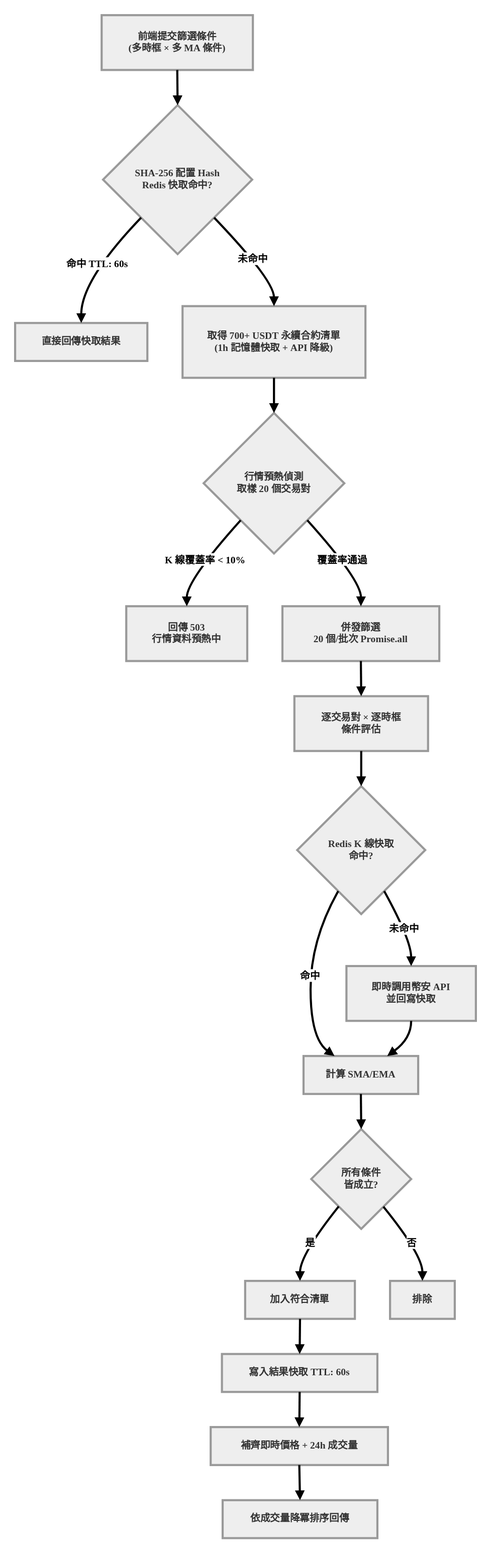
This is docs/assets/screener-strategy-engine.svg from MingLin1995/crypto-sniper-v2, a draw.io export, as it was before one commit. Source tidied: cells renumbered, new cells last; positions are measured from the earlier drawing's top-left corner, leaving out a move shared by most shapes. The source it was exported from:
```xml
<mxGraphModel>
  <root>
    <mxCell id="0" />
    <mxCell id="1" parent="0" />
    <mxCell id="2" value="前端提交篩選條件&#10;(多時框 × 多 MA 條件)" style="whiteSpace=wrap;strokeWidth=3;fillColor=light-dark(#eeeeee,#1f2020);strokeColor=light-dark(#999999,#cccccc);fontColor=light-dark(#333333,#cccccc);fontFamily=Comic Sans MS;fontSize=14;fontStyle=1;" parent="1" vertex="1">
      <mxGeometry x="123" width="215" height="78" as="geometry" />
    </mxCell>
    <mxCell id="3" value="SHA-256 配置 Hash&#10;Redis 快取命中?" style="rhombus;strokeWidth=3;whiteSpace=wrap;fillColor=light-dark(#eeeeee,#1f2020);strokeColor=light-dark(#999999,#cccccc);fontColor=light-dark(#333333,#cccccc);fontFamily=Comic Sans MS;fontSize=14;fontStyle=1;" parent="1" vertex="1">
      <mxGeometry x="125" y="128" width="212" height="212" as="geometry" />
    </mxCell>
    <mxCell id="4" value="直接回傳快取結果" style="whiteSpace=wrap;strokeWidth=3;fillColor=light-dark(#eeeeee,#1f2020);strokeColor=light-dark(#999999,#cccccc);fontColor=light-dark(#333333,#cccccc);fontFamily=Comic Sans MS;fontSize=14;fontStyle=1;" parent="1" vertex="1">
      <mxGeometry y="438" width="188" height="54" as="geometry" />
    </mxCell>
    <mxCell id="5" value="取得 700+ USDT 永續合約清單&#10;(1h 記憶體快取 + API 降級)" style="whiteSpace=wrap;strokeWidth=3;fillColor=light-dark(#eeeeee,#1f2020);strokeColor=light-dark(#999999,#cccccc);fontColor=light-dark(#333333,#cccccc);fontFamily=Comic Sans MS;fontSize=14;fontStyle=1;" parent="1" vertex="1">
      <mxGeometry x="238" y="414" width="260" height="102" as="geometry" />
    </mxCell>
    <mxCell id="6" value="行情預熱偵測&#10;取樣 20 個交易對" style="rhombus;strokeWidth=3;whiteSpace=wrap;fillColor=light-dark(#eeeeee,#1f2020);strokeColor=light-dark(#999999,#cccccc);fontColor=light-dark(#333333,#cccccc);fontFamily=Comic Sans MS;fontSize=14;fontStyle=1;" parent="1" vertex="1">
      <mxGeometry x="268" y="566" width="200" height="200" as="geometry" />
    </mxCell>
    <mxCell id="7" value="回傳 503&#10;行情資料預熱中" style="whiteSpace=wrap;strokeWidth=3;fillColor=light-dark(#eeeeee,#1f2020);strokeColor=light-dark(#999999,#cccccc);fontColor=light-dark(#333333,#cccccc);fontFamily=Comic Sans MS;fontSize=14;fontStyle=1;" parent="1" vertex="1">
      <mxGeometry x="158" y="841" width="172" height="78" as="geometry" />
    </mxCell>
    <mxCell id="8" value="併發篩選&#10;20 個/批次 Promise.all" style="whiteSpace=wrap;strokeWidth=3;fillColor=light-dark(#eeeeee,#1f2020);strokeColor=light-dark(#999999,#cccccc);fontColor=light-dark(#333333,#cccccc);fontFamily=Comic Sans MS;fontSize=14;fontStyle=1;" parent="1" vertex="1">
      <mxGeometry x="380" y="841" width="223" height="78" as="geometry" />
    </mxCell>
    <mxCell id="9" value="逐交易對 × 逐時框&#10;條件評估" style="whiteSpace=wrap;strokeWidth=3;fillColor=light-dark(#eeeeee,#1f2020);strokeColor=light-dark(#999999,#cccccc);fontColor=light-dark(#333333,#cccccc);fontFamily=Comic Sans MS;fontSize=14;fontStyle=1;" parent="1" vertex="1">
      <mxGeometry x="397" y="969" width="190" height="78" as="geometry" />
    </mxCell>
    <mxCell id="10" value="Redis K 線快取&#10;命中?" style="rhombus;strokeWidth=3;whiteSpace=wrap;fillColor=light-dark(#eeeeee,#1f2020);strokeColor=light-dark(#999999,#cccccc);fontColor=light-dark(#333333,#cccccc);fontFamily=Comic Sans MS;fontSize=14;fontStyle=1;" parent="1" vertex="1">
      <mxGeometry x="401" y="1097" width="182" height="182" as="geometry" />
    </mxCell>
    <mxCell id="11" value="計算 SMA/EMA" style="whiteSpace=wrap;strokeWidth=3;fillColor=light-dark(#eeeeee,#1f2020);strokeColor=light-dark(#999999,#cccccc);fontColor=light-dark(#333333,#cccccc);fontFamily=Comic Sans MS;fontSize=14;fontStyle=1;" parent="1" vertex="1">
      <mxGeometry x="410" y="1481" width="163" height="54" as="geometry" />
    </mxCell>
    <mxCell id="12" value="即時調用幣安 API&#10;並回寫快取" style="whiteSpace=wrap;strokeWidth=3;fillColor=light-dark(#eeeeee,#1f2020);strokeColor=light-dark(#999999,#cccccc);fontColor=light-dark(#333333,#cccccc);fontFamily=Comic Sans MS;fontSize=14;fontStyle=1;" parent="1" vertex="1">
      <mxGeometry x="471" y="1353" width="184" height="78" as="geometry" />
    </mxCell>
    <mxCell id="13" value="所有條件&#10;皆成立?" style="rhombus;strokeWidth=3;whiteSpace=wrap;fillColor=light-dark(#eeeeee,#1f2020);strokeColor=light-dark(#999999,#cccccc);fontColor=light-dark(#333333,#cccccc);fontFamily=Comic Sans MS;fontSize=14;fontStyle=1;" parent="1" vertex="1">
      <mxGeometry x="421" y="1585" width="142" height="142" as="geometry" />
    </mxCell>
    <mxCell id="14" value="加入符合清單" style="whiteSpace=wrap;strokeWidth=3;fillColor=light-dark(#eeeeee,#1f2020);strokeColor=light-dark(#999999,#cccccc);fontColor=light-dark(#333333,#cccccc);fontFamily=Comic Sans MS;fontSize=14;fontStyle=1;" parent="1" vertex="1">
      <mxGeometry x="327" y="1801" width="156" height="54" as="geometry" />
    </mxCell>
    <mxCell id="15" value="排除" style="whiteSpace=wrap;strokeWidth=3;fillColor=light-dark(#eeeeee,#1f2020);strokeColor=light-dark(#999999,#cccccc);fontColor=light-dark(#333333,#cccccc);fontFamily=Comic Sans MS;fontSize=14;fontStyle=1;" parent="1" vertex="1">
      <mxGeometry x="533" y="1801" width="92" height="54" as="geometry" />
    </mxCell>
    <mxCell id="16" value="寫入結果快取 TTL: 60s" style="whiteSpace=wrap;strokeWidth=3;fillColor=light-dark(#eeeeee,#1f2020);strokeColor=light-dark(#999999,#cccccc);fontColor=light-dark(#333333,#cccccc);fontFamily=Comic Sans MS;fontSize=14;fontStyle=1;" parent="1" vertex="1">
      <mxGeometry x="294" y="1905" width="221" height="54" as="geometry" />
    </mxCell>
    <mxCell id="17" value="補齊即時價格 + 24h 成交量" style="whiteSpace=wrap;strokeWidth=3;fillColor=light-dark(#eeeeee,#1f2020);strokeColor=light-dark(#999999,#cccccc);fontColor=light-dark(#333333,#cccccc);fontFamily=Comic Sans MS;fontSize=14;fontStyle=1;" parent="1" vertex="1">
      <mxGeometry x="278" y="2009" width="252" height="54" as="geometry" />
    </mxCell>
    <mxCell id="18" value="依成交量降冪排序回傳" style="whiteSpace=wrap;strokeWidth=3;fillColor=light-dark(#eeeeee,#1f2020);strokeColor=light-dark(#999999,#cccccc);fontColor=light-dark(#333333,#cccccc);fontFamily=Comic Sans MS;fontSize=14;fontStyle=1;" parent="1" vertex="1">
      <mxGeometry x="295" y="2113" width="220" height="54" as="geometry" />
    </mxCell>
    <mxCell id="19" style="curved=1;startArrow=none;endArrow=block;exitX=0.5;exitY=1;entryX=0.5;entryY=0;rounded=0;fontFamily=Comic Sans MS;fontSize=14;fontStyle=1;strokeWidth=3;" parent="1" edge="1" source="2" target="3">
      <mxGeometry relative="1" as="geometry" />
    </mxCell>
    <mxCell id="20" value="命中 TTL: 60s" style="curved=1;startArrow=none;endArrow=block;exitX=0.02;exitY=1;entryX=0.5;entryY=0.01;rounded=0;fontFamily=Comic Sans MS;fontSize=14;fontStyle=1;strokeWidth=3;" parent="1" edge="1" source="3" target="4">
      <mxGeometry relative="1" as="geometry">
        <Array as="points">
          <mxPoint x="94" y="377" />
        </Array>
      </mxGeometry>
    </mxCell>
    <mxCell id="21" value="未命中" style="curved=1;startArrow=none;endArrow=block;exitX=0.98;exitY=1;entryX=0.5;entryY=0;rounded=0;fontFamily=Comic Sans MS;fontSize=14;fontStyle=1;strokeWidth=3;" parent="1" edge="1" source="3" target="5">
      <mxGeometry relative="1" as="geometry">
        <Array as="points">
          <mxPoint x="368" y="377" />
        </Array>
      </mxGeometry>
    </mxCell>
    <mxCell id="22" style="curved=1;startArrow=none;endArrow=block;exitX=0.5;exitY=1;entryX=0.5;entryY=0;rounded=0;fontFamily=Comic Sans MS;fontSize=14;fontStyle=1;strokeWidth=3;" parent="1" edge="1" source="5" target="6">
      <mxGeometry relative="1" as="geometry" />
    </mxCell>
    <mxCell id="23" value="K 線覆蓋率 &lt; 10%" style="curved=1;startArrow=none;endArrow=block;exitX=0.05;exitY=1;entryX=0.5;entryY=0;rounded=0;fontFamily=Comic Sans MS;fontSize=14;fontStyle=1;strokeWidth=3;" parent="1" edge="1" source="6" target="7">
      <mxGeometry relative="1" as="geometry">
        <Array as="points">
          <mxPoint x="244" y="804" />
        </Array>
      </mxGeometry>
    </mxCell>
    <mxCell id="24" value="覆蓋率通過" style="curved=1;startArrow=none;endArrow=block;exitX=0.95;exitY=1;entryX=0.5;entryY=0;rounded=0;fontFamily=Comic Sans MS;fontSize=14;fontStyle=1;strokeWidth=3;" parent="1" edge="1" source="6" target="8">
      <mxGeometry relative="1" as="geometry">
        <Array as="points">
          <mxPoint x="492" y="804" />
        </Array>
      </mxGeometry>
    </mxCell>
    <mxCell id="25" style="curved=1;startArrow=none;endArrow=block;exitX=0.5;exitY=1;entryX=0.5;entryY=0;rounded=0;fontFamily=Comic Sans MS;fontSize=14;fontStyle=1;strokeWidth=3;" parent="1" edge="1" source="8" target="9">
      <mxGeometry relative="1" as="geometry" />
    </mxCell>
    <mxCell id="26" style="curved=1;startArrow=none;endArrow=block;exitX=0.5;exitY=1;entryX=0.5;entryY=0;rounded=0;fontFamily=Comic Sans MS;fontSize=14;fontStyle=1;strokeWidth=3;" parent="1" edge="1" source="9" target="10">
      <mxGeometry relative="1" as="geometry" />
    </mxCell>
    <mxCell id="27" value="命中" style="curved=1;startArrow=none;endArrow=block;exitX=0.22;exitY=1;entryX=0.27;entryY=0;rounded=0;fontFamily=Comic Sans MS;fontSize=14;fontStyle=1;strokeWidth=3;" parent="1" edge="1" source="10" target="11">
      <mxGeometry relative="1" as="geometry">
        <Array as="points">
          <mxPoint x="420" y="1316" />
          <mxPoint x="420" y="1456" />
        </Array>
      </mxGeometry>
    </mxCell>
    <mxCell id="28" value="未命中" style="curved=1;startArrow=none;endArrow=block;exitX=0.78;exitY=1;entryX=0.5;entryY=0;rounded=0;fontFamily=Comic Sans MS;fontSize=14;fontStyle=1;strokeWidth=3;" parent="1" edge="1" source="10" target="12">
      <mxGeometry relative="1" as="geometry">
        <Array as="points">
          <mxPoint x="563" y="1316" />
        </Array>
      </mxGeometry>
    </mxCell>
    <mxCell id="29" style="curved=1;startArrow=none;endArrow=block;exitX=0.5;exitY=1;entryX=0.73;entryY=0;rounded=0;fontFamily=Comic Sans MS;fontSize=14;fontStyle=1;strokeWidth=3;" parent="1" edge="1" source="12" target="11">
      <mxGeometry relative="1" as="geometry">
        <Array as="points">
          <mxPoint x="563" y="1456" />
        </Array>
      </mxGeometry>
    </mxCell>
    <mxCell id="30" style="curved=1;startArrow=none;endArrow=block;exitX=0.5;exitY=1;entryX=0.5;entryY=0;rounded=0;fontFamily=Comic Sans MS;fontSize=14;fontStyle=1;strokeWidth=3;" parent="1" edge="1" source="11" target="13">
      <mxGeometry relative="1" as="geometry" />
    </mxCell>
    <mxCell id="31" value="是" style="curved=1;startArrow=none;endArrow=block;exitX=0.09;exitY=1;entryX=0.5;entryY=0;rounded=0;fontFamily=Comic Sans MS;fontSize=14;fontStyle=1;strokeWidth=3;" parent="1" edge="1" source="13" target="14">
      <mxGeometry relative="1" as="geometry">
        <Array as="points">
          <mxPoint x="405" y="1764" />
        </Array>
      </mxGeometry>
    </mxCell>
    <mxCell id="32" value="否" style="curved=1;startArrow=none;endArrow=block;exitX=0.9;exitY=1;entryX=0.5;entryY=0;rounded=0;fontFamily=Comic Sans MS;fontSize=14;fontStyle=1;strokeWidth=3;" parent="1" edge="1" source="13" target="15">
      <mxGeometry relative="1" as="geometry">
        <Array as="points">
          <mxPoint x="579" y="1764" />
        </Array>
      </mxGeometry>
    </mxCell>
    <mxCell id="33" style="curved=1;startArrow=none;endArrow=block;exitX=0.5;exitY=1;entryX=0.5;entryY=0;rounded=0;fontFamily=Comic Sans MS;fontSize=14;fontStyle=1;strokeWidth=3;" parent="1" edge="1" source="14" target="16">
      <mxGeometry relative="1" as="geometry" />
    </mxCell>
    <mxCell id="34" style="curved=1;startArrow=none;endArrow=block;exitX=0.5;exitY=1;entryX=0.5;entryY=0;rounded=0;fontFamily=Comic Sans MS;fontSize=14;fontStyle=1;strokeWidth=3;" parent="1" edge="1" source="16" target="17">
      <mxGeometry relative="1" as="geometry" />
    </mxCell>
    <mxCell id="35" style="curved=1;startArrow=none;endArrow=block;exitX=0.5;exitY=1;entryX=0.5;entryY=0;rounded=0;fontFamily=Comic Sans MS;fontSize=14;fontStyle=1;strokeWidth=3;" parent="1" edge="1" source="17" target="18">
      <mxGeometry relative="1" as="geometry" />
    </mxCell>
  </root>
</mxGraphModel>
```
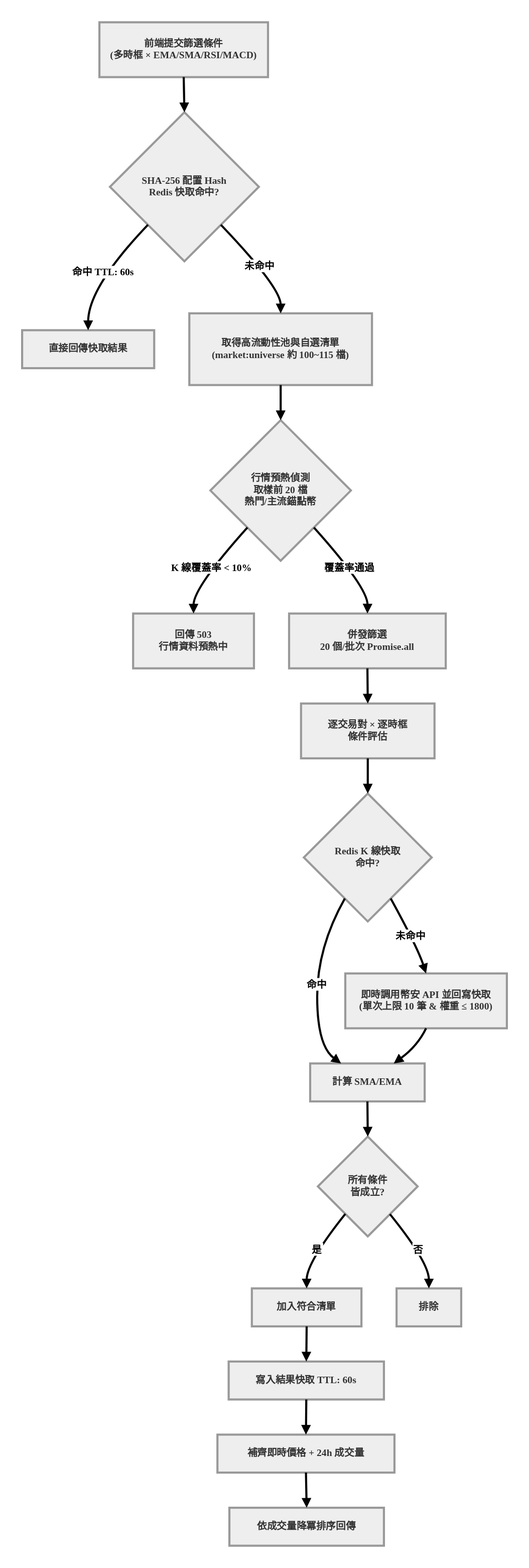
Above is the later version.

The edit, as a diff of the source:
```diff
@@ -1,9 +1,9 @@
-<mxGraphModel>
+<mxGraphModel background="#ffffff">
   <root>
     <mxCell id="0" />
     <mxCell id="1" parent="0" />
-    <mxCell id="2" value="前端提交篩選條件&#10;(多時框 × 多 MA 條件)" style="whiteSpace=wrap;strokeWidth=3;fillColor=light-dark(#eeeeee,#1f2020);strokeColor=light-dark(#999999,#cccccc);fontColor=light-dark(#333333,#cccccc);fontFamily=Comic Sans MS;fontSize=14;fontStyle=1;" parent="1" vertex="1">
-      <mxGeometry x="123" width="215" height="78" as="geometry" />
+    <mxCell id="2" value="前端提交篩選條件&#10;(多時框 × EMA/SMA/RSI/MACD)" style="whiteSpace=wrap;strokeWidth=3;fillColor=light-dark(#eeeeee,#1f2020);strokeColor=light-dark(#999999,#cccccc);fontColor=light-dark(#333333,#cccccc);fontFamily=Comic Sans MS;fontSize=14;fontStyle=1;" parent="1" vertex="1">
+      <mxGeometry x="110" width="240" height="78" as="geometry" />
     </mxCell>
     <mxCell id="3" value="SHA-256 配置 Hash&#10;Redis 快取命中?" style="rhombus;strokeWidth=3;whiteSpace=wrap;fillColor=light-dark(#eeeeee,#1f2020);strokeColor=light-dark(#999999,#cccccc);fontColor=light-dark(#333333,#cccccc);fontFamily=Comic Sans MS;fontSize=14;fontStyle=1;" parent="1" vertex="1">
       <mxGeometry x="125" y="128" width="212" height="212" as="geometry" />
@@ -11,10 +11,10 @@
     <mxCell id="4" value="直接回傳快取結果" style="whiteSpace=wrap;strokeWidth=3;fillColor=light-dark(#eeeeee,#1f2020);strokeColor=light-dark(#999999,#cccccc);fontColor=light-dark(#333333,#cccccc);fontFamily=Comic Sans MS;fontSize=14;fontStyle=1;" parent="1" vertex="1">
       <mxGeometry y="438" width="188" height="54" as="geometry" />
     </mxCell>
-    <mxCell id="5" value="取得 700+ USDT 永續合約清單&#10;(1h 記憶體快取 + API 降級)" style="whiteSpace=wrap;strokeWidth=3;fillColor=light-dark(#eeeeee,#1f2020);strokeColor=light-dark(#999999,#cccccc);fontColor=light-dark(#333333,#cccccc);fontFamily=Comic Sans MS;fontSize=14;fontStyle=1;" parent="1" vertex="1">
+    <mxCell id="5" value="取得高流動性池與自選清單&#10;(market:universe 約 100~115 檔)" style="whiteSpace=wrap;strokeWidth=3;fillColor=light-dark(#eeeeee,#1f2020);strokeColor=light-dark(#999999,#cccccc);fontColor=light-dark(#333333,#cccccc);fontFamily=Comic Sans MS;fontSize=14;fontStyle=1;" parent="1" vertex="1">
       <mxGeometry x="238" y="414" width="260" height="102" as="geometry" />
     </mxCell>
-    <mxCell id="6" value="行情預熱偵測&#10;取樣 20 個交易對" style="rhombus;strokeWidth=3;whiteSpace=wrap;fillColor=light-dark(#eeeeee,#1f2020);strokeColor=light-dark(#999999,#cccccc);fontColor=light-dark(#333333,#cccccc);fontFamily=Comic Sans MS;fontSize=14;fontStyle=1;" parent="1" vertex="1">
+    <mxCell id="6" value="行情預熱偵測&#10;取樣前 20 檔&#10;熱門/主流錨點幣" style="rhombus;strokeWidth=3;whiteSpace=wrap;fillColor=light-dark(#eeeeee,#1f2020);strokeColor=light-dark(#999999,#cccccc);fontColor=light-dark(#333333,#cccccc);fontFamily=Comic Sans MS;fontSize=14;fontStyle=1;" parent="1" vertex="1">
       <mxGeometry x="268" y="566" width="200" height="200" as="geometry" />
     </mxCell>
     <mxCell id="7" value="回傳 503&#10;行情資料預熱中" style="whiteSpace=wrap;strokeWidth=3;fillColor=light-dark(#eeeeee,#1f2020);strokeColor=light-dark(#999999,#cccccc);fontColor=light-dark(#333333,#cccccc);fontFamily=Comic Sans MS;fontSize=14;fontStyle=1;" parent="1" vertex="1">
@@ -32,8 +32,8 @@
     <mxCell id="11" value="計算 SMA/EMA" style="whiteSpace=wrap;strokeWidth=3;fillColor=light-dark(#eeeeee,#1f2020);strokeColor=light-dark(#999999,#cccccc);fontColor=light-dark(#333333,#cccccc);fontFamily=Comic Sans MS;fontSize=14;fontStyle=1;" parent="1" vertex="1">
       <mxGeometry x="410" y="1481" width="163" height="54" as="geometry" />
     </mxCell>
-    <mxCell id="12" value="即時調用幣安 API&#10;並回寫快取" style="whiteSpace=wrap;strokeWidth=3;fillColor=light-dark(#eeeeee,#1f2020);strokeColor=light-dark(#999999,#cccccc);fontColor=light-dark(#333333,#cccccc);fontFamily=Comic Sans MS;fontSize=14;fontStyle=1;" parent="1" vertex="1">
-      <mxGeometry x="471" y="1353" width="184" height="78" as="geometry" />
+    <mxCell id="12" value="即時調用幣安 API 並回寫快取&#10;(單次上限 10 筆 &amp; 權重 ≤ 1800)" style="whiteSpace=wrap;strokeWidth=3;fillColor=light-dark(#eeeeee,#1f2020);strokeColor=light-dark(#999999,#cccccc);fontColor=light-dark(#333333,#cccccc);fontFamily=Comic Sans MS;fontSize=14;fontStyle=1;" parent="1" vertex="1">
+      <mxGeometry x="460" y="1353" width="230" height="78" as="geometry" />
     </mxCell>
     <mxCell id="13" value="所有條件&#10;皆成立?" style="rhombus;strokeWidth=3;whiteSpace=wrap;fillColor=light-dark(#eeeeee,#1f2020);strokeColor=light-dark(#999999,#cccccc);fontColor=light-dark(#333333,#cccccc);fontFamily=Comic Sans MS;fontSize=14;fontStyle=1;" parent="1" vertex="1">
       <mxGeometry x="421" y="1585" width="142" height="142" as="geometry" />
```
